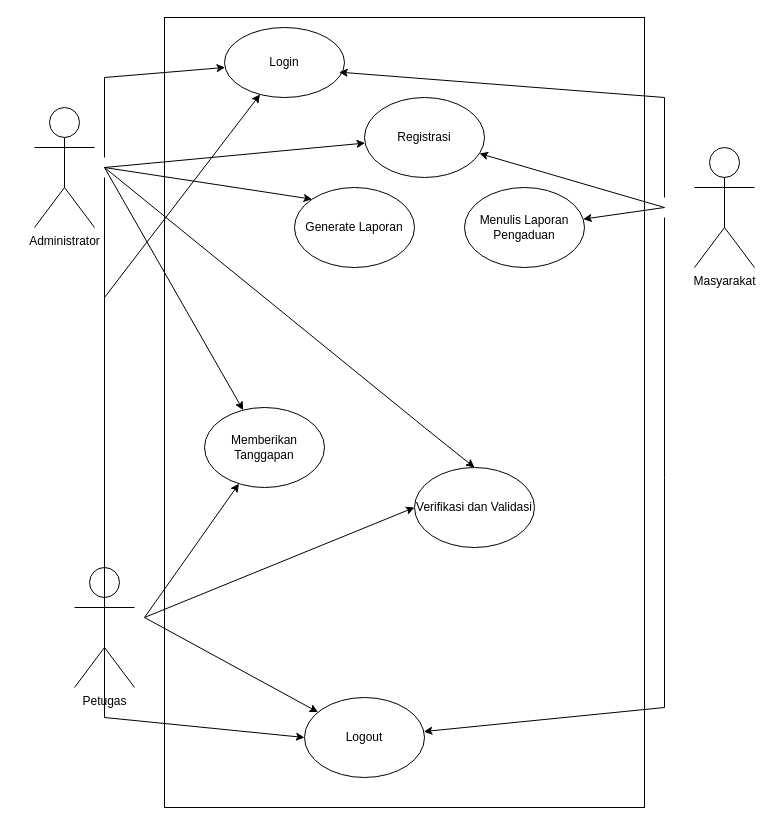
Above: useCase.drawio in Mahklvk/laporanMasyarakatPreparation (draw.io), before the change. Source tidied: cells renumbered, new cells numbered last; positions are measured from the earlier drawing's top-left corner, leaving out a move shared by most shapes. Both pictures are drawn from the tidied source at 100%, with x=0, y=0 at pixel (34, 17).
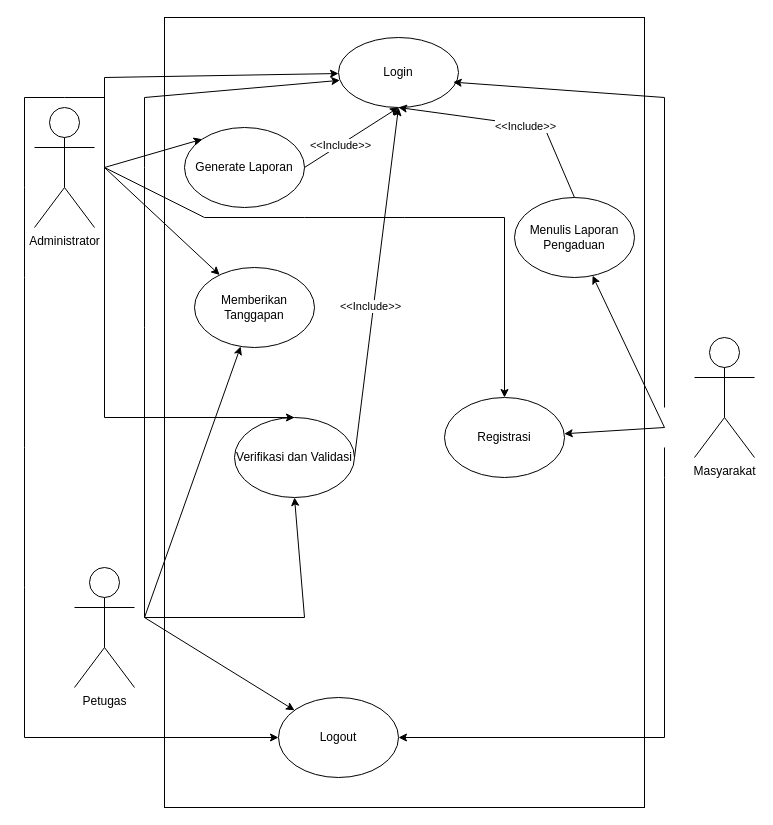
The same page after the edit.

Change to the diagram source:
```diff
@@
     <mxCell id="4" value="Masyarakat" style="shape=umlActor;verticalLabelPosition=bottom;verticalAlign=top;html=1;fillColor=none;" parent="1" vertex="1">
-      <mxGeometry x="660" y="130" width="60" height="120" as="geometry" />
+      <mxGeometry x="660" y="320" width="60" height="120" as="geometry" />
     </mxCell>
@@
     <mxCell id="6" value="Login" style="ellipse;whiteSpace=wrap;html=1;fillColor=none;" parent="1" vertex="1">
-      <mxGeometry x="190" y="10" width="120" height="70" as="geometry" />
+      <mxGeometry x="304" y="20" width="120" height="70" as="geometry" />
     </mxCell>
     <mxCell id="7" value="Logout" style="ellipse;whiteSpace=wrap;html=1;fillColor=none;" parent="1" vertex="1">
-      <mxGeometry x="270" y="680" width="120" height="80" as="geometry" />
+      <mxGeometry x="244" y="680" width="120" height="80" as="geometry" />
     </mxCell>
     <mxCell id="8" value="Registrasi" style="ellipse;whiteSpace=wrap;html=1;fillColor=none;" parent="1" vertex="1">
-      <mxGeometry x="330" y="80" width="120" height="80" as="geometry" />
+      <mxGeometry x="410" y="380" width="120" height="80" as="geometry" />
     </mxCell>
     <mxCell id="9" value="Menulis Laporan Pengaduan" style="ellipse;whiteSpace=wrap;html=1;fillColor=none;" parent="1" vertex="1">
-      <mxGeometry x="430" y="170" width="120" height="80" as="geometry" />
+      <mxGeometry x="480" y="180" width="120" height="80" as="geometry" />
     </mxCell>
     <mxCell id="10" value="Verifikasi dan Validasi" style="ellipse;whiteSpace=wrap;html=1;fillColor=none;" parent="1" vertex="1">
-      <mxGeometry x="380" y="450" width="120" height="80" as="geometry" />
+      <mxGeometry x="200" y="400" width="120" height="80" as="geometry" />
     </mxCell>
     <mxCell id="11" value="Memberikan Tanggapan" style="ellipse;whiteSpace=wrap;html=1;fillColor=none;" parent="1" vertex="1">
-      <mxGeometry x="170" y="390" width="120" height="80" as="geometry" />
+      <mxGeometry x="160" y="250" width="120" height="80" as="geometry" />
     </mxCell>
     <mxCell id="12" value="Generate Laporan" style="ellipse;whiteSpace=wrap;html=1;fillColor=none;" parent="1" vertex="1">
-      <mxGeometry x="260" y="170" width="120" height="80" as="geometry" />
+      <mxGeometry x="150" y="110" width="120" height="80" as="geometry" />
     </mxCell>
@@
     <mxCell id="14" style="endArrow=classic;html=1;rounded=0;entryX=0;entryY=0.5;entryDx=0;entryDy=0;" parent="1" edge="1" target="7">
       <mxGeometry relative="1" as="geometry">
-        <mxPoint x="70" y="160" as="sourcePoint" />
+        <mxPoint x="70" y="150" as="sourcePoint" />
         <Array as="points">
-          <mxPoint x="70" y="700" />
+          <mxPoint x="70" y="80" />
+          <mxPoint x="30" y="80" />
+          <mxPoint x="-10" y="80" />
+          <mxPoint x="-10" y="170" />
+          <mxPoint x="-10" y="260" />
+          <mxPoint x="-10" y="430" />
+          <mxPoint x="-10" y="570" />
+          <mxPoint x="-10" y="720" />
         </Array>
       </mxGeometry>
     </mxCell>
@@
     <mxCell id="17" style="endArrow=classic;html=1;rounded=0;entryX=0.5;entryY=0;entryDx=0;entryDy=0;" parent="1" edge="1" target="10">
       <mxGeometry relative="1" as="geometry">
         <mxPoint x="70" y="150" as="sourcePoint" />
         <Array as="points">
-          <mxPoint x="390" y="410" />
+          <mxPoint x="70" y="400" />
         </Array>
       </mxGeometry>
     </mxCell>
     <mxCell id="18" style="endArrow=classic;html=1;rounded=0;" parent="1" edge="1" target="8">
       <mxGeometry relative="1" as="geometry">
         <mxPoint x="70" y="150" as="sourcePoint" />
+        <Array as="points">
+          <mxPoint x="170" y="200" />
+          <mxPoint x="270" y="200" />
+          <mxPoint x="370" y="200" />
+          <mxPoint x="470" y="200" />
+        </Array>
       </mxGeometry>
     </mxCell>
-    <mxCell id="19" style="endArrow=classic;html=1;rounded=0;entryX=0;entryY=0.5;entryDx=0;entryDy=0;" parent="1" edge="1" target="10">
+    <mxCell id="19" style="endArrow=classic;html=1;rounded=0;entryX=0.5;entryY=1;entryDx=0;entryDy=0;" parent="1" edge="1" target="10">
       <mxGeometry relative="1" as="geometry">
         <mxPoint x="110" y="600" as="sourcePoint" />
+        <Array as="points">
+          <mxPoint x="270" y="600" />
+        </Array>
       </mxGeometry>
     </mxCell>
@@
-    <mxCell id="21" style="endArrow=classic;html=1;rounded=0;" parent="1" edge="1" target="6">
-      <mxGeometry relative="1" as="geometry">
-        <mxPoint x="70" y="530" as="sourcePoint" />
-        <Array as="points">
-          <mxPoint x="70" y="280" />
-        </Array>
-      </mxGeometry>
-    </mxCell>
     <mxCell id="22" style="endArrow=classic;html=1;rounded=0;" parent="1" edge="1" target="9">
       <mxGeometry relative="1" as="geometry">
-        <mxPoint x="630" y="190" as="sourcePoint" />
+        <mxPoint x="630" y="410" as="sourcePoint" />
       </mxGeometry>
     </mxCell>
     <mxCell id="23" style="endArrow=classic;html=1;rounded=0;" parent="1" edge="1" target="8">
       <mxGeometry relative="1" as="geometry">
-        <mxPoint x="630" y="190" as="sourcePoint" />
+        <mxPoint x="630" y="410" as="sourcePoint" />
       </mxGeometry>
     </mxCell>
     <mxCell id="24" style="endArrow=classic;html=1;rounded=0;" parent="1" edge="1" target="7">
       <mxGeometry relative="1" as="geometry">
-        <mxPoint x="630" y="200" as="sourcePoint" />
+        <mxPoint x="630" y="430" as="sourcePoint" />
         <Array as="points">
           <mxPoint x="630" y="460" />
-          <mxPoint x="630" y="690" />
+          <mxPoint x="630" y="720" />
         </Array>
       </mxGeometry>
     </mxCell>
     <mxCell id="25" style="endArrow=classic;html=1;rounded=0;entryX=0.956;entryY=0.638;entryDx=0;entryDy=0;entryPerimeter=0;" parent="1" edge="1" target="6">
       <mxGeometry relative="1" as="geometry">
-        <mxPoint x="630" y="180" as="sourcePoint" />
+        <mxPoint x="630" y="390" as="sourcePoint" />
         <Array as="points">
           <mxPoint x="630" y="80" />
         </Array>
       </mxGeometry>
     </mxCell>
@@
+    <mxCell id="27" style="endArrow=classic;html=1;rounded=0;entryX=0.011;entryY=0.612;entryDx=0;entryDy=0;entryPerimeter=0;" parent="1" edge="1" target="6">
+      <mxGeometry relative="1" as="geometry">
+        <mxPoint x="110" y="600" as="sourcePoint" />
+        <Array as="points">
+          <mxPoint x="110" y="310" />
+          <mxPoint x="110" y="150" />
+          <mxPoint x="110" y="80" />
+        </Array>
+      </mxGeometry>
+    </mxCell>
+    <mxCell id="28" style="endArrow=classic;html=1;rounded=0;exitX=0.5;exitY=0;exitDx=0;exitDy=0;entryX=0.5;entryY=1;entryDx=0;entryDy=0;" parent="1" edge="1" source="9" target="6">
+      <mxGeometry relative="1" as="geometry">
+        <Array as="points">
+          <mxPoint x="510" y="110" />
+        </Array>
+      </mxGeometry>
+    </mxCell>
+    <mxCell id="29" value="&amp;lt;&amp;lt;Include&amp;gt;&amp;gt;" style="edgeLabel;html=1;align=center;verticalAlign=middle;" parent="28" vertex="1">
+      <mxGeometry x="-0.14" y="1" relative="1" as="geometry" />
+    </mxCell>
+    <mxCell id="30" style="endArrow=classic;html=1;rounded=0;exitX=1;exitY=0.5;exitDx=0;exitDy=0;entryX=0.5;entryY=1;entryDx=0;entryDy=0;" parent="1" edge="1" source="10" target="6">
+      <mxGeometry relative="1" as="geometry" />
+    </mxCell>
+    <mxCell id="31" value="&amp;lt;&amp;lt;Include&amp;gt;&amp;gt;" style="edgeLabel;html=1;align=center;verticalAlign=middle;" parent="30" vertex="1">
+      <mxGeometry x="-0.14" y="3" relative="1" as="geometry" />
+    </mxCell>
+    <mxCell id="32" style="endArrow=classic;html=1;rounded=0;exitX=1;exitY=0.5;exitDx=0;exitDy=0;entryX=0.5;entryY=1;entryDx=0;entryDy=0;" parent="1" edge="1" source="12" target="6">
+      <mxGeometry relative="1" as="geometry" />
+    </mxCell>
+    <mxCell id="33" value="&amp;lt;&amp;lt;Include&amp;gt;&amp;gt;" style="edgeLabel;html=1;align=center;verticalAlign=middle;" parent="32" vertex="1">
+      <mxGeometry x="-0.24" relative="1" as="geometry" />
+    </mxCell>
```
